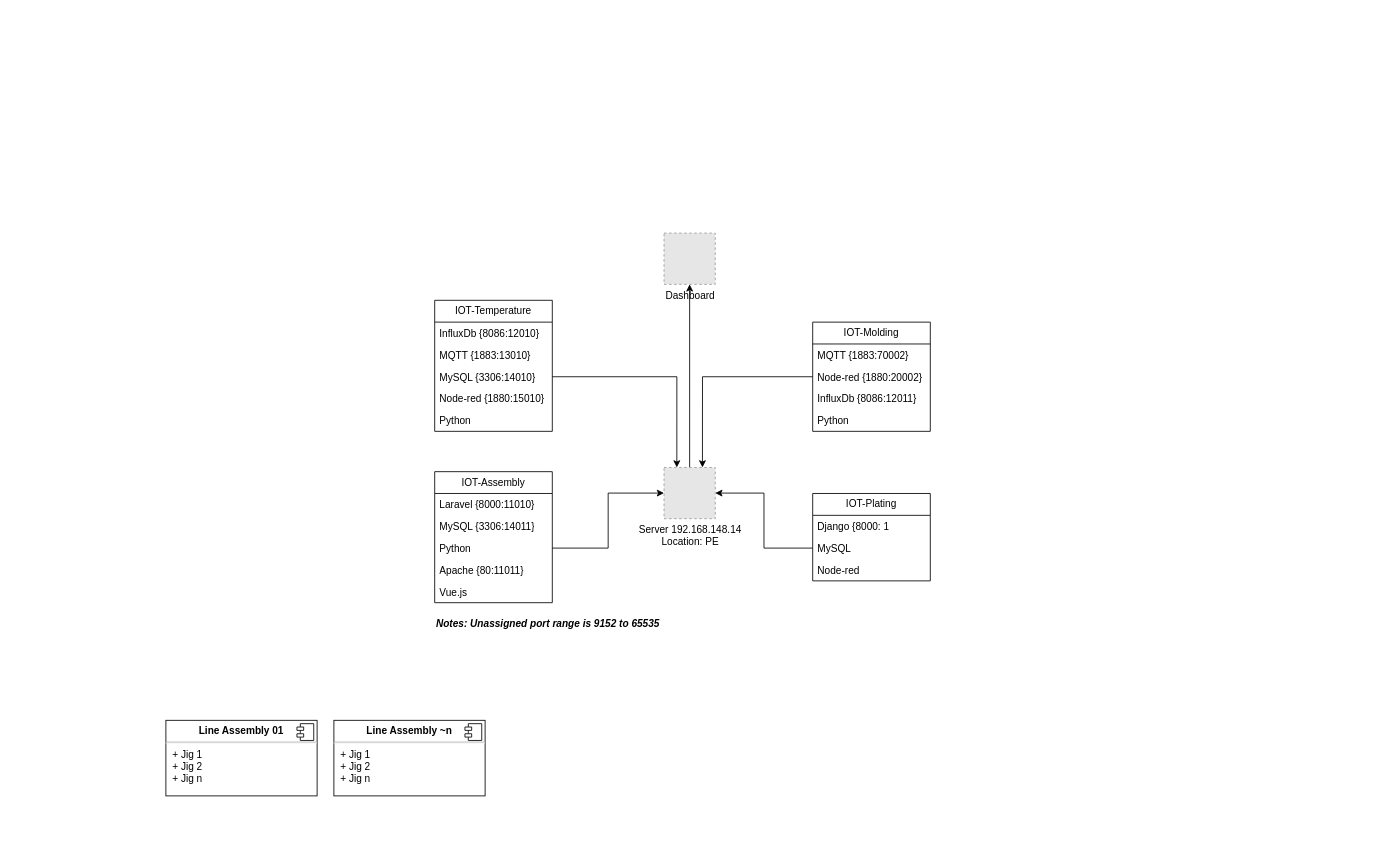
The draw.io diagram structure_iot_v2.drawio in arizmuajianisan/flowchart, before the edit. Source tidied: cells renumbered, new cells numbered last; positions are measured from the earlier drawing's top-left corner, leaving out a move shared by most shapes. Both pictures are drawn from the tidied source at 84%, with x=0, y=0 at pixel (165, 233). Pictures stored in the file or linked from it are replaced by grey dashed boxes.
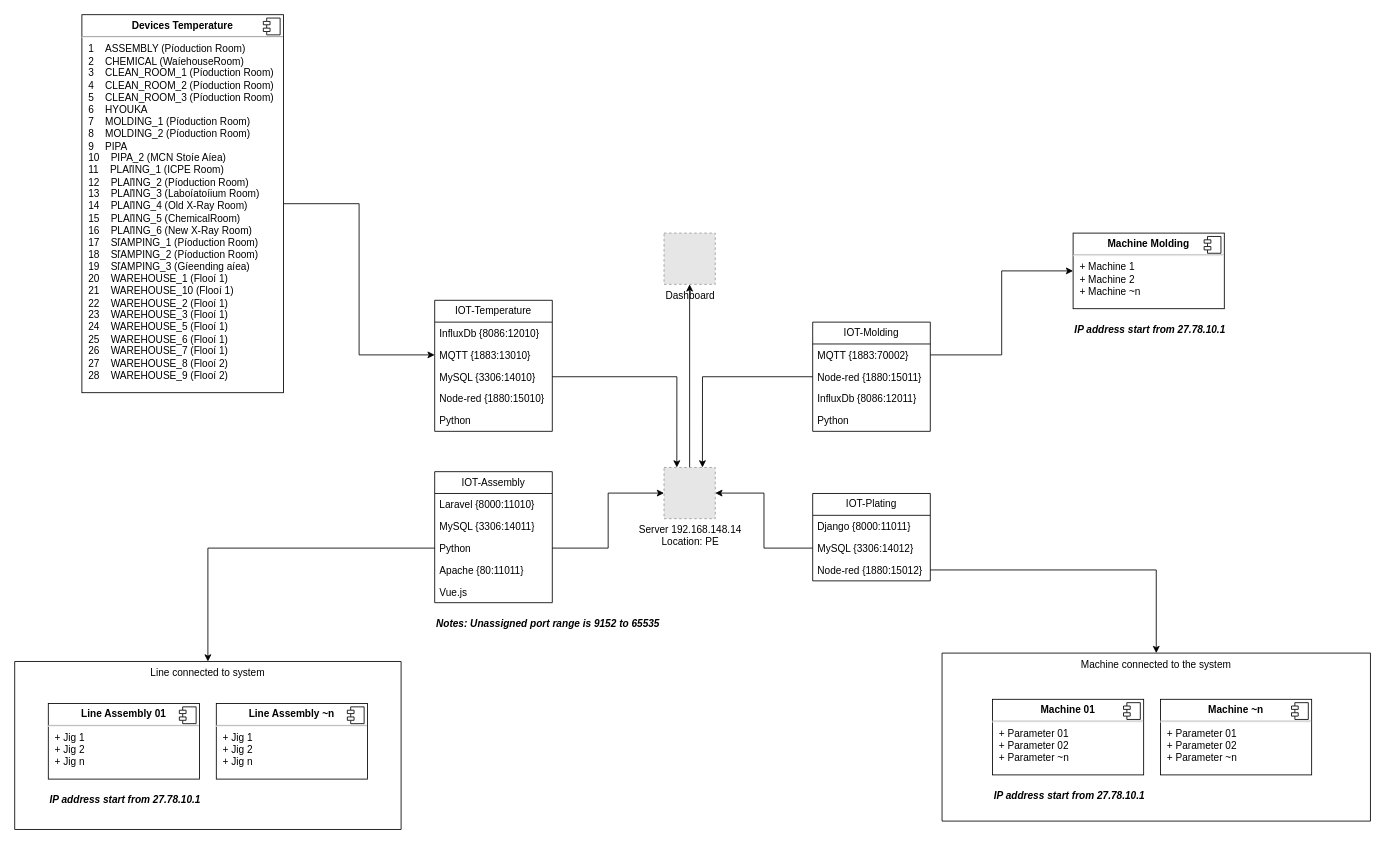
Above is the later version.

The change refers to these unchanged cells:
```xml
<mxCell id="4" value="MQTT {1883:13010}" style="text;strokeColor=none;fillColor=none;align=left;verticalAlign=top;spacingLeft=4;spacingRight=4;overflow=hidden;points=[[0,0.5],[1,0.5]];portConstraint=eastwest;whiteSpace=wrap;html=1;" parent="2" vertex="1">
  <mxGeometry y="52" width="140" height="26" as="geometry" />
</mxCell>
<mxCell id="11" value="Python" style="text;strokeColor=none;fillColor=none;align=left;verticalAlign=top;spacingLeft=4;spacingRight=4;overflow=hidden;points=[[0,0.5],[1,0.5]];portConstraint=eastwest;whiteSpace=wrap;html=1;" parent="8" vertex="1">
  <mxGeometry y="78" width="140" height="26" as="geometry" />
</mxCell>
<mxCell id="14" value="IOT-Molding" style="swimlane;fontStyle=0;horizontal=1;startSize=26;fillColor=none;whiteSpace=wrap;html=1;" parent="1" vertex="1">
  <mxGeometry x="770" y="106" width="140" height="130" as="geometry" />
</mxCell>
<mxCell id="15" value="MQTT {1883:70002}" style="text;strokeColor=none;fillColor=none;align=left;verticalAlign=top;spacingLeft=4;spacingRight=4;overflow=hidden;points=[[0,0.5],[1,0.5]];portConstraint=eastwest;whiteSpace=wrap;html=1;" parent="14" vertex="1">
  <mxGeometry y="26" width="140" height="26" as="geometry" />
</mxCell>
<mxCell id="19" value="IOT-Plating" style="swimlane;fontStyle=0;horizontal=1;startSize=26;fillColor=none;whiteSpace=wrap;html=1;" parent="1" vertex="1">
  <mxGeometry x="770" y="310" width="140" height="104" as="geometry" />
</mxCell>
```

What changed in the source:
```diff
@@
-    <mxCell id="16" value="Node-red {1880:20002}" style="text;strokeColor=none;fillColor=none;align=left;verticalAlign=top;spacingLeft=4;spacingRight=4;overflow=hidden;points=[[0,0.5],[1,0.5]];portConstraint=eastwest;whiteSpace=wrap;html=1;" parent="14" vertex="1">
+    <mxCell id="16" value="Node-red {1880:15011}" style="text;strokeColor=none;fillColor=none;align=left;verticalAlign=top;spacingLeft=4;spacingRight=4;overflow=hidden;points=[[0,0.5],[1,0.5]];portConstraint=eastwest;whiteSpace=wrap;html=1;" parent="14" vertex="1">
       <mxGeometry y="52" width="140" height="26" as="geometry" />
     </mxCell>
@@
-    <mxCell id="20" value="Django {8000: 1" style="text;strokeColor=none;fillColor=none;align=left;verticalAlign=top;spacingLeft=4;spacingRight=4;overflow=hidden;whiteSpace=wrap;html=1;" parent="19" vertex="1">
+    <mxCell id="20" value="Django {8000:11011}" style="text;strokeColor=none;fillColor=none;align=left;verticalAlign=top;spacingLeft=4;spacingRight=4;overflow=hidden;whiteSpace=wrap;html=1;" parent="19" vertex="1">
       <mxGeometry y="26" width="140" height="26" as="geometry" />
     </mxCell>
-    <mxCell id="21" value="MySQL" style="text;strokeColor=none;fillColor=none;align=left;verticalAlign=top;spacingLeft=4;spacingRight=4;overflow=hidden;points=[[0,0.5],[1,0.5]];portConstraint=eastwest;whiteSpace=wrap;html=1;" parent="19" vertex="1">
+    <mxCell id="21" value="MySQL {3306:14012}" style="text;strokeColor=none;fillColor=none;align=left;verticalAlign=top;spacingLeft=4;spacingRight=4;overflow=hidden;points=[[0,0.5],[1,0.5]];portConstraint=eastwest;whiteSpace=wrap;html=1;" parent="19" vertex="1">
       <mxGeometry y="52" width="140" height="26" as="geometry" />
     </mxCell>
-    <mxCell id="22" value="Node-red" style="text;strokeColor=none;fillColor=none;align=left;verticalAlign=top;spacingLeft=4;spacingRight=4;overflow=hidden;points=[[0,0.5],[1,0.5]];portConstraint=eastwest;whiteSpace=wrap;html=1;" parent="19" vertex="1">
+    <mxCell id="22" value="Node-red {1880:15012}" style="text;strokeColor=none;fillColor=none;align=left;verticalAlign=top;spacingLeft=4;spacingRight=4;overflow=hidden;points=[[0,0.5],[1,0.5]];portConstraint=eastwest;whiteSpace=wrap;html=1;" parent="19" vertex="1">
       <mxGeometry y="78" width="140" height="26" as="geometry" />
     </mxCell>
@@
-    <mxCell id="30" value="Notes: Unassigned port range is&amp;nbsp;9152 to 65535" style="text;html=1;strokeColor=none;fillColor=none;align=center;verticalAlign=middle;whiteSpace=wrap;rounded=0;fontStyle=3;" parent="1" vertex="1">
+    <mxCell id="30" value="Notes: Unassigned port range is&amp;nbsp;9152 to 65535" style="text;html=1;strokeColor=none;fillColor=none;align=left;verticalAlign=middle;whiteSpace=wrap;rounded=0;fontStyle=3;" parent="1" vertex="1">
       <mxGeometry x="320" y="450" width="270" height="30" as="geometry" />
     </mxCell>
+    <mxCell id="35" style="edgeStyle=orthogonalEdgeStyle;rounded=0;jettySize=auto;html=1;entryX=0;entryY=0.5;entryDx=0;entryDy=0;" parent="1" edge="1" source="36" target="4">
+      <mxGeometry relative="1" as="geometry" />
+    </mxCell>
+    <mxCell id="36" value="&lt;p style=&quot;margin:0px;margin-top:6px;text-align:center;&quot;&gt;&lt;b&gt;Devices Temperature&lt;/b&gt;&lt;/p&gt;&lt;hr&gt;&lt;p style=&quot;margin:0px;margin-left:8px;&quot;&gt;1&lt;span style=&quot;white-space: pre;&quot;&gt;&amp;nbsp;&amp;nbsp;&amp;nbsp;&amp;nbsp;&lt;/span&gt;ASSEMBLY (Píoduction Room)&lt;/p&gt;&lt;p style=&quot;margin:0px;margin-left:8px;&quot;&gt;2&lt;span style=&quot;&quot;&gt;&lt;span style=&quot;white-space: pre;&quot;&gt;&amp;nbsp;&amp;nbsp;&amp;nbsp;&amp;nbsp;&lt;/span&gt;&lt;/span&gt;CHEMICAL (WaíehouseRoom)&lt;/p&gt;&lt;p style=&quot;margin:0px;margin-left:8px;&quot;&gt;3&lt;span style=&quot;&quot;&gt;&lt;span style=&quot;white-space: pre;&quot;&gt;&amp;nbsp;&amp;nbsp;&amp;nbsp;&amp;nbsp;&lt;/span&gt;&lt;/span&gt;CLEAN_ROOM_1 (Píoduction Room)&lt;/p&gt;&lt;p style=&quot;margin:0px;margin-left:8px;&quot;&gt;4&lt;span style=&quot;&quot;&gt;&lt;span style=&quot;white-space: pre;&quot;&gt;&amp;nbsp;&amp;nbsp;&amp;nbsp;&amp;nbsp;&lt;/span&gt;&lt;/span&gt;CLEAN_ROOM_2 (Píoduction Room)&lt;/p&gt;&lt;p style=&quot;margin:0px;margin-left:8px;&quot;&gt;5&lt;span style=&quot;&quot;&gt;&lt;span style=&quot;white-space: pre;&quot;&gt;&amp;nbsp;&amp;nbsp;&amp;nbsp;&amp;nbsp;&lt;/span&gt;&lt;/span&gt;CLEAN_ROOM_3 (Píoduction Room)&lt;/p&gt;&lt;p style=&quot;margin:0px;margin-left:8px;&quot;&gt;6&lt;span style=&quot;&quot;&gt;&lt;span style=&quot;white-space: pre;&quot;&gt;&amp;nbsp;&amp;nbsp;&amp;nbsp;&amp;nbsp;&lt;/span&gt;&lt;/span&gt;HYOUKA&lt;/p&gt;&lt;p style=&quot;margin:0px;margin-left:8px;&quot;&gt;7&lt;span style=&quot;&quot;&gt;&lt;span style=&quot;white-space: pre;&quot;&gt;&amp;nbsp;&amp;nbsp;&amp;nbsp;&amp;nbsp;&lt;/span&gt;&lt;/span&gt;MOLDING_1 (Píoduction Room)&lt;/p&gt;&lt;p style=&quot;margin:0px;margin-left:8px;&quot;&gt;8&lt;span style=&quot;&quot;&gt;&lt;span style=&quot;white-space: pre;&quot;&gt;&amp;nbsp;&amp;nbsp;&amp;nbsp;&amp;nbsp;&lt;/span&gt;&lt;/span&gt;MOLDING_2 (Píoduction Room)&lt;/p&gt;&lt;p style=&quot;margin:0px;margin-left:8px;&quot;&gt;9&lt;span style=&quot;&quot;&gt;&lt;span style=&quot;white-space: pre;&quot;&gt;&amp;nbsp;&amp;nbsp;&amp;nbsp;&amp;nbsp;&lt;/span&gt;&lt;/span&gt;PIPA&lt;/p&gt;&lt;p style=&quot;margin:0px;margin-left:8px;&quot;&gt;10&lt;span style=&quot;&quot;&gt;&lt;span style=&quot;white-space: pre;&quot;&gt;&amp;nbsp;&amp;nbsp;&amp;nbsp;&amp;nbsp;&lt;/span&gt;&lt;/span&gt;PIPA_2 (MCN Stoíe Aíea)&lt;/p&gt;&lt;p style=&quot;margin:0px;margin-left:8px;&quot;&gt;11&lt;span style=&quot;&quot;&gt;&lt;span style=&quot;white-space: pre;&quot;&gt;&amp;nbsp;&amp;nbsp;&amp;nbsp;&amp;nbsp;&lt;/span&gt;&lt;/span&gt;PLAľING_1 (ICPE Room)&lt;/p&gt;&lt;p style=&quot;margin:0px;margin-left:8px;&quot;&gt;12&lt;span style=&quot;&quot;&gt;&lt;span style=&quot;white-space: pre;&quot;&gt;&amp;nbsp;&amp;nbsp;&amp;nbsp;&amp;nbsp;&lt;/span&gt;&lt;/span&gt;PLAľING_2 (Píoduction Room)&lt;/p&gt;&lt;p style=&quot;margin:0px;margin-left:8px;&quot;&gt;13&lt;span style=&quot;&quot;&gt;&lt;span style=&quot;white-space: pre;&quot;&gt;&amp;nbsp;&amp;nbsp;&amp;nbsp;&amp;nbsp;&lt;/span&gt;&lt;/span&gt;PLAľING_3 (Laboíatoíium Room)&lt;/p&gt;&lt;p style=&quot;margin:0px;margin-left:8px;&quot;&gt;14&lt;span style=&quot;&quot;&gt;&lt;span style=&quot;white-space: pre;&quot;&gt;&amp;nbsp;&amp;nbsp;&amp;nbsp;&amp;nbsp;&lt;/span&gt;&lt;/span&gt;PLAľING_4 (Old X-Ray Room)&lt;/p&gt;&lt;p style=&quot;margin:0px;margin-left:8px;&quot;&gt;15&lt;span style=&quot;&quot;&gt;&lt;span style=&quot;white-space: pre;&quot;&gt;&amp;nbsp;&amp;nbsp;&amp;nbsp;&amp;nbsp;&lt;/span&gt;&lt;/span&gt;PLAľING_5 (ChemicalRoom)&lt;/p&gt;&lt;p style=&quot;margin:0px;margin-left:8px;&quot;&gt;16&lt;span style=&quot;&quot;&gt;&lt;span style=&quot;white-space: pre;&quot;&gt;&amp;nbsp;&amp;nbsp;&amp;nbsp;&amp;nbsp;&lt;/span&gt;&lt;/span&gt;PLAľING_6 (New X-Ray Room)&lt;/p&gt;&lt;p style=&quot;margin:0px;margin-left:8px;&quot;&gt;17&lt;span style=&quot;&quot;&gt;&lt;span style=&quot;white-space: pre;&quot;&gt;&amp;nbsp;&amp;nbsp;&amp;nbsp;&amp;nbsp;&lt;/span&gt;&lt;/span&gt;SľAMPING_1 (Píoduction Room)&lt;/p&gt;&lt;p style=&quot;margin:0px;margin-left:8px;&quot;&gt;18&lt;span style=&quot;&quot;&gt;&lt;span style=&quot;white-space: pre;&quot;&gt;&amp;nbsp;&amp;nbsp;&amp;nbsp;&amp;nbsp;&lt;/span&gt;&lt;/span&gt;SľAMPING_2 (Píoduction Room)&lt;/p&gt;&lt;p style=&quot;margin:0px;margin-left:8px;&quot;&gt;19&lt;span style=&quot;&quot;&gt;&lt;span style=&quot;white-space: pre;&quot;&gt;&amp;nbsp;&amp;nbsp;&amp;nbsp;&amp;nbsp;&lt;/span&gt;&lt;/span&gt;SľAMPING_3 (Gíeending aíea)&lt;/p&gt;&lt;p style=&quot;margin:0px;margin-left:8px;&quot;&gt;20&lt;span style=&quot;&quot;&gt;&lt;span style=&quot;white-space: pre;&quot;&gt;&amp;nbsp;&amp;nbsp;&amp;nbsp;&amp;nbsp;&lt;/span&gt;&lt;/span&gt;WAREHOUSE_1 (Flooí 1)&lt;/p&gt;&lt;p style=&quot;margin:0px;margin-left:8px;&quot;&gt;21&lt;span style=&quot;&quot;&gt;&lt;span style=&quot;white-space: pre;&quot;&gt;&amp;nbsp;&amp;nbsp;&amp;nbsp;&amp;nbsp;&lt;/span&gt;&lt;/span&gt;WAREHOUSE_10 (Flooí 1)&lt;/p&gt;&lt;p style=&quot;margin:0px;margin-left:8px;&quot;&gt;22&lt;span style=&quot;&quot;&gt;&lt;span style=&quot;white-space: pre;&quot;&gt;&amp;nbsp;&amp;nbsp;&amp;nbsp;&amp;nbsp;&lt;/span&gt;&lt;/span&gt;WAREHOUSE_2 (Flooí 1)&lt;/p&gt;&lt;p style=&quot;margin:0px;margin-left:8px;&quot;&gt;23&lt;span style=&quot;&quot;&gt;&lt;span style=&quot;white-space: pre;&quot;&gt;&amp;nbsp;&amp;nbsp;&amp;nbsp;&amp;nbsp;&lt;/span&gt;&lt;/span&gt;WAREHOUSE_3 (Flooí 1)&lt;/p&gt;&lt;p style=&quot;margin:0px;margin-left:8px;&quot;&gt;24&lt;span style=&quot;&quot;&gt;&lt;span style=&quot;white-space: pre;&quot;&gt;&amp;nbsp;&amp;nbsp;&amp;nbsp;&amp;nbsp;&lt;/span&gt;&lt;/span&gt;WAREHOUSE_5 (Flooí 1)&lt;/p&gt;&lt;p style=&quot;margin:0px;margin-left:8px;&quot;&gt;25&lt;span style=&quot;&quot;&gt;&lt;span style=&quot;white-space: pre;&quot;&gt;&amp;nbsp;&amp;nbsp;&amp;nbsp;&amp;nbsp;&lt;/span&gt;&lt;/span&gt;WAREHOUSE_6 (Flooí 1)&lt;/p&gt;&lt;p style=&quot;margin:0px;margin-left:8px;&quot;&gt;26&lt;span style=&quot;&quot;&gt;&lt;span style=&quot;white-space: pre;&quot;&gt;&amp;nbsp;&amp;nbsp;&amp;nbsp;&amp;nbsp;&lt;/span&gt;&lt;/span&gt;WAREHOUSE_7 (Flooí 1)&lt;/p&gt;&lt;p style=&quot;margin:0px;margin-left:8px;&quot;&gt;27&lt;span style=&quot;&quot;&gt;&lt;span style=&quot;white-space: pre;&quot;&gt;&amp;nbsp;&amp;nbsp;&amp;nbsp;&amp;nbsp;&lt;/span&gt;&lt;/span&gt;WAREHOUSE_8 (Flooí 2)&lt;/p&gt;&lt;p style=&quot;margin:0px;margin-left:8px;&quot;&gt;28&lt;span style=&quot;&quot;&gt;&lt;span style=&quot;white-space: pre;&quot;&gt;&amp;nbsp;&amp;nbsp;&amp;nbsp;&amp;nbsp;&lt;/span&gt;&lt;/span&gt;WAREHOUSE_9 (Flooí 2)&lt;/p&gt;" style="align=left;overflow=fill;html=1;whiteSpace=wrap;" parent="1" vertex="1">
+      <mxGeometry x="-100" y="-260" width="240" height="450" as="geometry" />
+    </mxCell>
+    <mxCell id="37" style="shape=component;jettyWidth=8;jettyHeight=4;" parent="36" vertex="1">
+      <mxGeometry x="1" width="20" height="20" relative="1" as="geometry">
+        <mxPoint x="-24" y="4" as="offset" />
+      </mxGeometry>
+    </mxCell>
+    <mxCell id="38" style="edgeStyle=orthogonalEdgeStyle;rounded=0;jettySize=auto;html=1;entryX=0.5;entryY=0;entryDx=0;entryDy=0;" parent="1" edge="1" source="11" target="47">
+      <mxGeometry relative="1" as="geometry" />
+    </mxCell>
+    <mxCell id="39" style="group;" parent="1" vertex="1">
+      <mxGeometry x="1080" width="190" height="130" as="geometry" />
+    </mxCell>
+    <mxCell id="40" value="&lt;p style=&quot;margin:0px;margin-top:6px;text-align:center;&quot;&gt;&lt;b&gt;Machine Molding&lt;/b&gt;&lt;/p&gt;&lt;hr&gt;&lt;p style=&quot;margin:0px;margin-left:8px;&quot;&gt;+ Machine 1&lt;/p&gt;&lt;p style=&quot;margin:0px;margin-left:8px;&quot;&gt;+ Machine 2&lt;/p&gt;&lt;p style=&quot;margin:0px;margin-left:8px;&quot;&gt;+ Machine ~n&lt;/p&gt;" style="align=left;overflow=fill;html=1;whiteSpace=wrap;" parent="39" vertex="1">
+      <mxGeometry width="180" height="90" as="geometry" />
+    </mxCell>
+    <mxCell id="41" style="shape=component;jettyWidth=8;jettyHeight=4;" parent="40" vertex="1">
+      <mxGeometry x="1" width="20" height="20" relative="1" as="geometry">
+        <mxPoint x="-24" y="4" as="offset" />
+      </mxGeometry>
+    </mxCell>
+    <mxCell id="42" value="IP address start from 27.78.10.1" style="text;html=1;strokeColor=none;fillColor=none;align=left;verticalAlign=middle;whiteSpace=wrap;rounded=0;fontStyle=3;" parent="39" vertex="1">
+      <mxGeometry y="100" width="190" height="30" as="geometry" />
+    </mxCell>
+    <mxCell id="43" style="edgeStyle=orthogonalEdgeStyle;rounded=0;jettySize=auto;html=1;entryX=0;entryY=0.5;entryDx=0;entryDy=0;" parent="1" edge="1" source="15" target="40">
+      <mxGeometry relative="1" as="geometry" />
+    </mxCell>
+    <mxCell id="44" value="Line connected to system" style="group;" parent="1" vertex="1">
+      <mxGeometry x="-180" y="510" width="460" height="200" as="geometry" />
+    </mxCell>
+    <mxCell id="45" style="group;" parent="44" vertex="1">
+      <mxGeometry x="40" y="50" width="380" height="130" as="geometry" />
+    </mxCell>
-    <mxCell id="31" value="&lt;p style=&quot;margin:0px;margin-top:6px;text-align:center;&quot;&gt;&lt;b&gt;Line Assembly 01&lt;/b&gt;&lt;/p&gt;&lt;hr&gt;&lt;p style=&quot;margin:0px;margin-left:8px;&quot;&gt;+ Jig 1&lt;/p&gt;&lt;p style=&quot;margin:0px;margin-left:8px;&quot;&gt;+ Jig 2&lt;/p&gt;&lt;p style=&quot;margin:0px;margin-left:8px;&quot;&gt;+ Jig n&lt;/p&gt;" style="align=left;overflow=fill;html=1;whiteSpace=wrap;" parent="1" vertex="1">
-      <mxGeometry y="580" width="180" height="90" as="geometry" />
+    <mxCell id="31" value="&lt;p style=&quot;margin:0px;margin-top:6px;text-align:center;&quot;&gt;&lt;b&gt;Line Assembly 01&lt;/b&gt;&lt;/p&gt;&lt;hr&gt;&lt;p style=&quot;margin:0px;margin-left:8px;&quot;&gt;+ Jig 1&lt;/p&gt;&lt;p style=&quot;margin:0px;margin-left:8px;&quot;&gt;+ Jig 2&lt;/p&gt;&lt;p style=&quot;margin:0px;margin-left:8px;&quot;&gt;+ Jig n&lt;/p&gt;" style="align=left;overflow=fill;html=1;whiteSpace=wrap;" parent="45" vertex="1">
+      <mxGeometry width="180" height="90" as="geometry" />
     </mxCell>
@@
-    <mxCell id="33" value="&lt;p style=&quot;margin:0px;margin-top:6px;text-align:center;&quot;&gt;&lt;b&gt;Line Assembly ~n&lt;/b&gt;&lt;/p&gt;&lt;hr&gt;&lt;p style=&quot;margin:0px;margin-left:8px;&quot;&gt;+ Jig 1&lt;/p&gt;&lt;p style=&quot;margin:0px;margin-left:8px;&quot;&gt;+ Jig 2&lt;/p&gt;&lt;p style=&quot;margin:0px;margin-left:8px;&quot;&gt;+ Jig n&lt;/p&gt;" style="align=left;overflow=fill;html=1;whiteSpace=wrap;" parent="1" vertex="1">
-      <mxGeometry x="200" y="580" width="180" height="90" as="geometry" />
+    <mxCell id="33" value="&lt;p style=&quot;margin:0px;margin-top:6px;text-align:center;&quot;&gt;&lt;b&gt;Line Assembly ~n&lt;/b&gt;&lt;/p&gt;&lt;hr&gt;&lt;p style=&quot;margin:0px;margin-left:8px;&quot;&gt;+ Jig 1&lt;/p&gt;&lt;p style=&quot;margin:0px;margin-left:8px;&quot;&gt;+ Jig 2&lt;/p&gt;&lt;p style=&quot;margin:0px;margin-left:8px;&quot;&gt;+ Jig n&lt;/p&gt;" style="align=left;overflow=fill;html=1;whiteSpace=wrap;" parent="45" vertex="1">
+      <mxGeometry x="200" width="180" height="90" as="geometry" />
     </mxCell>
@@
+    <mxCell id="46" value="IP address start from 27.78.10.1" style="text;html=1;strokeColor=none;fillColor=none;align=left;verticalAlign=middle;whiteSpace=wrap;rounded=0;fontStyle=3;" parent="45" vertex="1">
+      <mxGeometry y="100" width="190" height="30" as="geometry" />
+    </mxCell>
+    <mxCell id="47" style="swimlane;startSize=0;" parent="44" vertex="1">
+      <mxGeometry width="460" height="200" as="geometry" />
+    </mxCell>
+    <mxCell id="48" value="Machine connected to the system" style="group;" parent="1" vertex="1">
+      <mxGeometry x="924" y="500" width="510" height="200" as="geometry" />
+    </mxCell>
+    <mxCell id="49" value="&lt;p style=&quot;margin:0px;margin-top:6px;text-align:center;&quot;&gt;&lt;b&gt;Machine 01&lt;/b&gt;&lt;/p&gt;&lt;hr&gt;&lt;p style=&quot;margin:0px;margin-left:8px;&quot;&gt;+ Parameter 01&lt;/p&gt;&lt;p style=&quot;margin:0px;margin-left:8px;&quot;&gt;+ Parameter 02&lt;/p&gt;&lt;p style=&quot;margin:0px;margin-left:8px;&quot;&gt;+ Parameter ~n&lt;/p&gt;" style="align=left;overflow=fill;html=1;whiteSpace=wrap;" parent="48" vertex="1">
+      <mxGeometry x="60" y="55" width="180" height="90" as="geometry" />
+    </mxCell>
+    <mxCell id="50" style="shape=component;jettyWidth=8;jettyHeight=4;" parent="49" vertex="1">
+      <mxGeometry x="1" width="20" height="20" relative="1" as="geometry">
+        <mxPoint x="-24" y="4" as="offset" />
+      </mxGeometry>
+    </mxCell>
+    <mxCell id="51" value="&lt;p style=&quot;margin:0px;margin-top:6px;text-align:center;&quot;&gt;&lt;b&gt;Machine ~n&lt;/b&gt;&lt;/p&gt;&lt;hr&gt;&lt;p style=&quot;margin:0px;margin-left:8px;&quot;&gt;+ Parameter 01&lt;/p&gt;&lt;p style=&quot;margin:0px;margin-left:8px;&quot;&gt;+ Parameter 02&lt;/p&gt;&lt;p style=&quot;margin:0px;margin-left:8px;&quot;&gt;+ Parameter ~n&lt;/p&gt;" style="align=left;overflow=fill;html=1;whiteSpace=wrap;" parent="48" vertex="1">
+      <mxGeometry x="260" y="55" width="180" height="90" as="geometry" />
+    </mxCell>
+    <mxCell id="52" style="shape=component;jettyWidth=8;jettyHeight=4;" parent="51" vertex="1">
+      <mxGeometry x="1" width="20" height="20" relative="1" as="geometry">
+        <mxPoint x="-24" y="4" as="offset" />
+      </mxGeometry>
+    </mxCell>
+    <mxCell id="53" value="IP address start from 27.78.10.1" style="text;html=1;strokeColor=none;fillColor=none;align=left;verticalAlign=middle;whiteSpace=wrap;rounded=0;fontStyle=3;" parent="48" vertex="1">
+      <mxGeometry x="60" y="155" width="190" height="30" as="geometry" />
+    </mxCell>
+    <mxCell id="54" style="swimlane;startSize=0;" parent="48" vertex="1">
+      <mxGeometry width="510" height="200" as="geometry" />
+    </mxCell>
+    <mxCell id="55" style="edgeStyle=orthogonalEdgeStyle;rounded=0;jettySize=auto;html=1;entryX=0.5;entryY=0;entryDx=0;entryDy=0;" parent="1" edge="1" source="22" target="54">
+      <mxGeometry relative="1" as="geometry" />
+    </mxCell>
```
